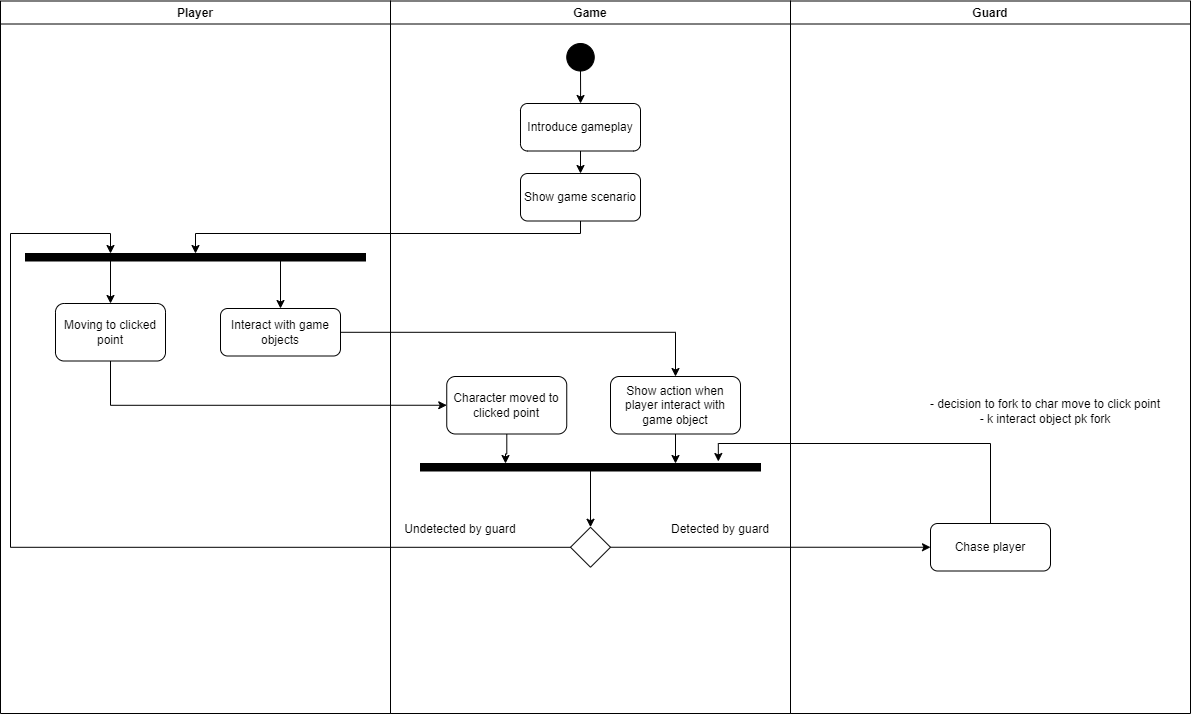
Earlier version of the draw.io export activity diagram.png (johannfac/A-Lone-Burglar). Source tidied: cells renumbered, new cells last; positions are measured from the earlier drawing's top-left corner, leaving out a move shared by most shapes.
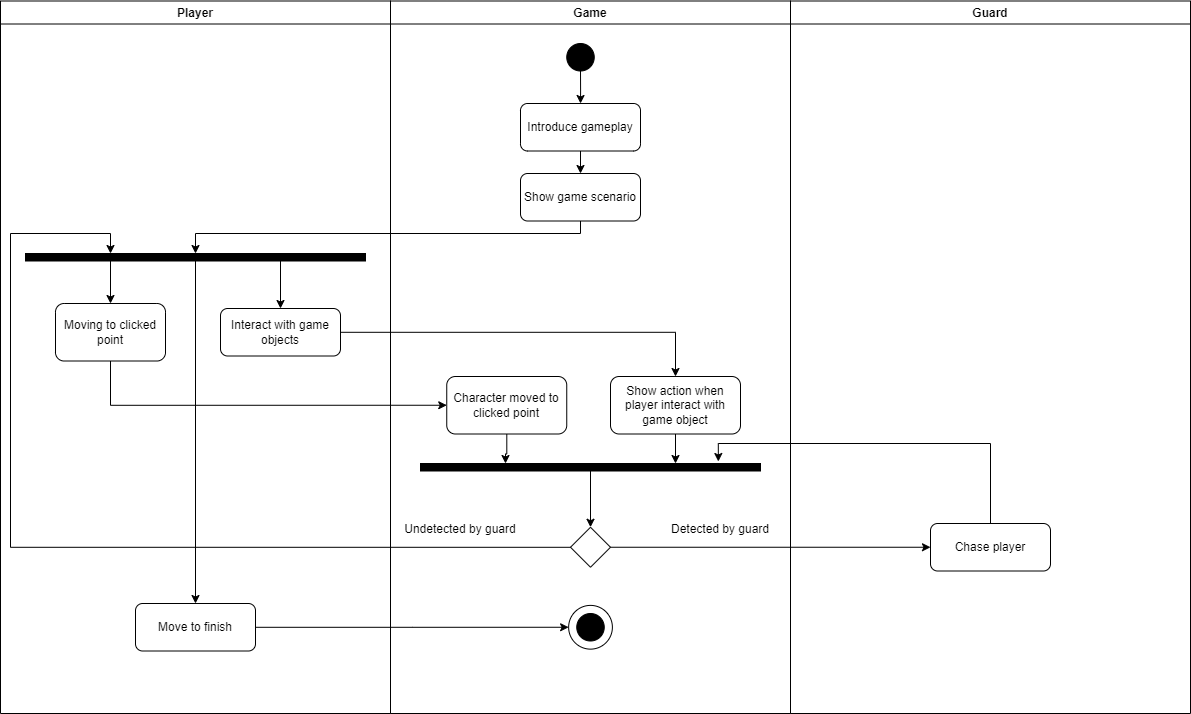
The same file after the commit.

Change to the diagram source:
```diff
@@ -20,9 +20,18 @@
     <mxCell id="7" style="edgeStyle=orthogonalEdgeStyle;rounded=0;jettySize=auto;html=1;exitX=0.75;exitY=1;exitDx=0;exitDy=0;" parent="2" edge="1" source="4" target="6">
       <mxGeometry relative="1" as="geometry" />
     </mxCell>
+    <mxCell id="32" value="Move to finish" style="rounded=1;whiteSpace=wrap;html=1;fillColor=#FFFFFF;" parent="2" vertex="1">
+      <mxGeometry x="135" y="602.5" width="120" height="47.5" as="geometry" />
+    </mxCell>
+    <mxCell id="33" style="edgeStyle=orthogonalEdgeStyle;rounded=0;jettySize=auto;html=1;entryX=0.5;entryY=0;entryDx=0;entryDy=0;" parent="2" edge="1" source="4" target="32">
+      <mxGeometry relative="1" as="geometry" />
+    </mxCell>
     <mxCell id="8" value="Game" style="swimlane;fillColor=#FFFFFF;" parent="1" vertex="1">
       <mxGeometry x="390" y="-0.5" width="400" height="712.5" as="geometry" />
     </mxCell>
+    <mxCell id="34" style="ellipse;whiteSpace=wrap;html=1;fillColor=#FFFFFF;" parent="8" vertex="1">
+      <mxGeometry x="178.1" y="604.4" width="43.8" height="43.8" as="geometry" />
+    </mxCell>
     <mxCell id="9" style="edgeStyle=orthogonalEdgeStyle;rounded=0;jettySize=auto;html=1;" parent="8" edge="1" source="10" target="12">
       <mxGeometry relative="1" as="geometry" />
     </mxCell>
@@ -65,15 +74,15 @@
     <mxCell id="22" value="Undetected by guard" style="text;html=1;strokeColor=none;fillColor=none;align=center;verticalAlign=middle;whiteSpace=wrap;rounded=0;" parent="8" vertex="1">
       <mxGeometry y="512.5" width="140" height="32.5" as="geometry" />
     </mxCell>
+    <mxCell id="35" style="ellipse;whiteSpace=wrap;html=1;fillColor=#000000;" parent="8" vertex="1">
+      <mxGeometry x="186.2" y="612.5" width="27.5" height="27.5" as="geometry" />
+    </mxCell>
     <mxCell id="23" value="Guard" style="swimlane;fillColor=#FFFFFF;" parent="1" vertex="1">
       <mxGeometry x="790" y="-0.5" width="400" height="712.5" as="geometry" />
     </mxCell>
     <mxCell id="24" value="Chase player" style="rounded=1;whiteSpace=wrap;html=1;fillColor=#FFFFFF;" parent="23" vertex="1">
       <mxGeometry x="140" y="522.5" width="120" height="47.5" as="geometry" />
     </mxCell>
-    <mxCell id="25" value="- decision to fork to char move to click point&lt;br&gt;- k interact object pk fork" style="text;html=1;strokeColor=none;fillColor=none;align=center;verticalAlign=middle;whiteSpace=wrap;rounded=0;" parent="23" vertex="1">
-      <mxGeometry x="110" y="375.5" width="290" height="70" as="geometry" />
-    </mxCell>
     <mxCell id="26" style="edgeStyle=orthogonalEdgeStyle;rounded=0;jettySize=auto;html=1;entryX=0.5;entryY=0;entryDx=0;entryDy=0;" parent="1" edge="1" source="13" target="4">
       <mxGeometry relative="1" as="geometry">
         <Array as="points">
@@ -112,5 +121,8 @@
         </Array>
       </mxGeometry>
     </mxCell>
+    <mxCell id="36" style="edgeStyle=orthogonalEdgeStyle;rounded=0;jettySize=auto;html=1;entryX=0;entryY=0.5;entryDx=0;entryDy=0;" parent="1" edge="1" source="32" target="34">
+      <mxGeometry relative="1" as="geometry" />
+    </mxCell>
   </root>
 </mxGraphModel>
```
